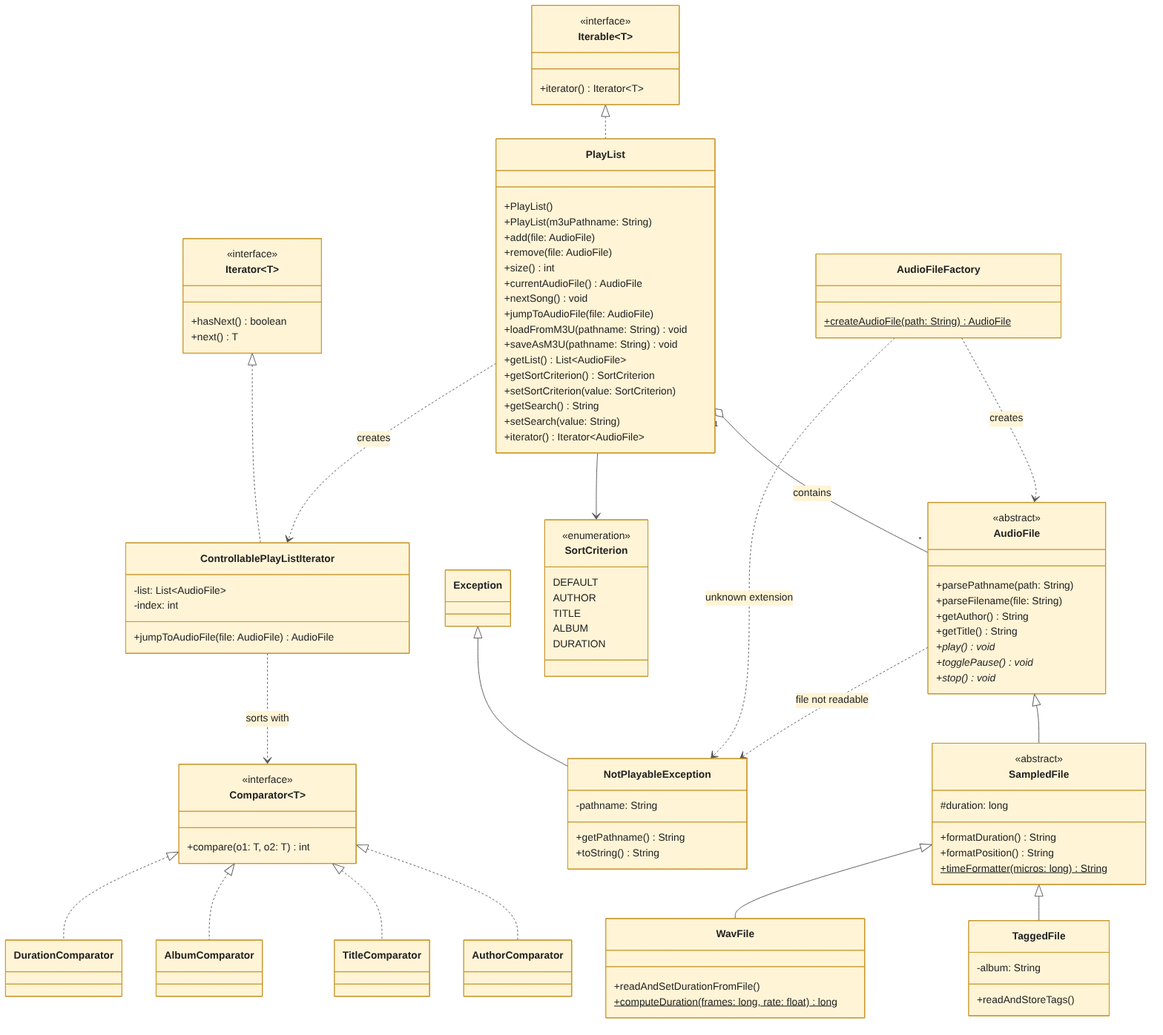
Before: docs/class-diagram.png, a diagram exported from Mermaid (FurkanSamli/javafx-audio-player). Its source is kept beside it as docs/class-diagram.mmd.
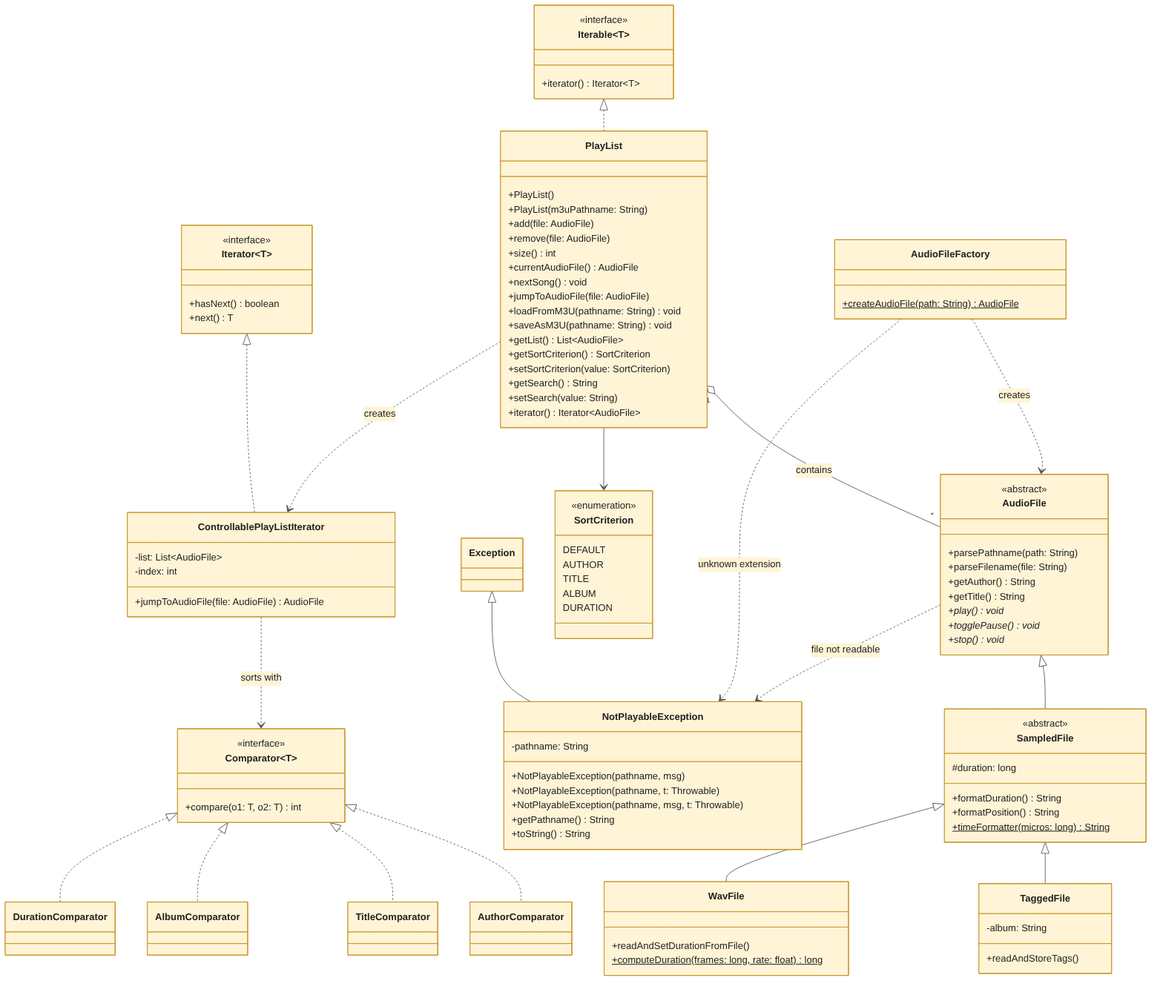
The same file after the commit.

Commit message:
Show NotPlayableException constructors in class diagram

Diff of the diagram source:
```diff
@@ -49,6 +49,9 @@
     }
     class NotPlayableException {
         -pathname: String
+        +NotPlayableException(pathname, msg)
+        +NotPlayableException(pathname, t: Throwable)
+        +NotPlayableException(pathname, msg, t: Throwable)
         +getPathname() String
         +toString() String
     }
```
